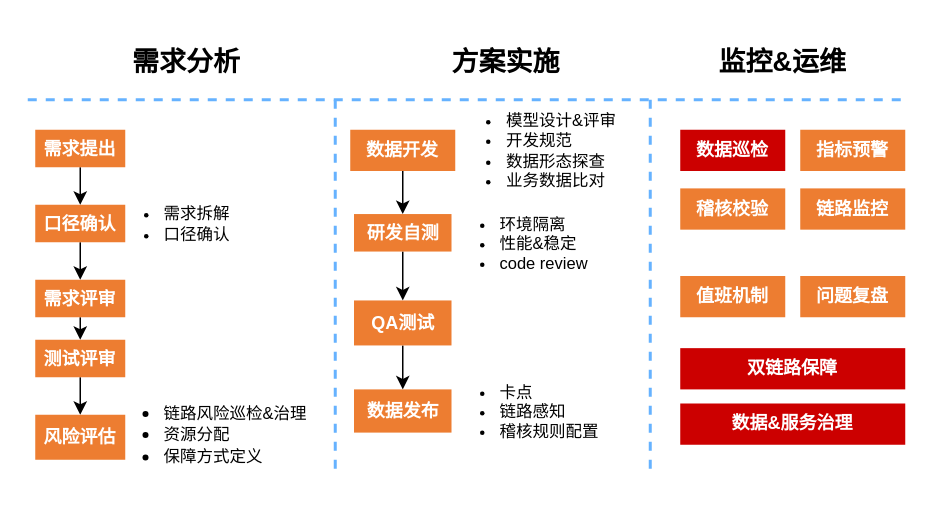
Above: mt质量保障.drawio in mineminemine123/work-wiki (draw.io), before the change. Source tidied: cells renumbered, new cells numbered last; positions are measured from the earlier drawing's top-left corner, leaving out a move shared by most shapes. Both pictures are drawn from the tidied source at 150%, with x=0, y=0 at pixel (27, 39).
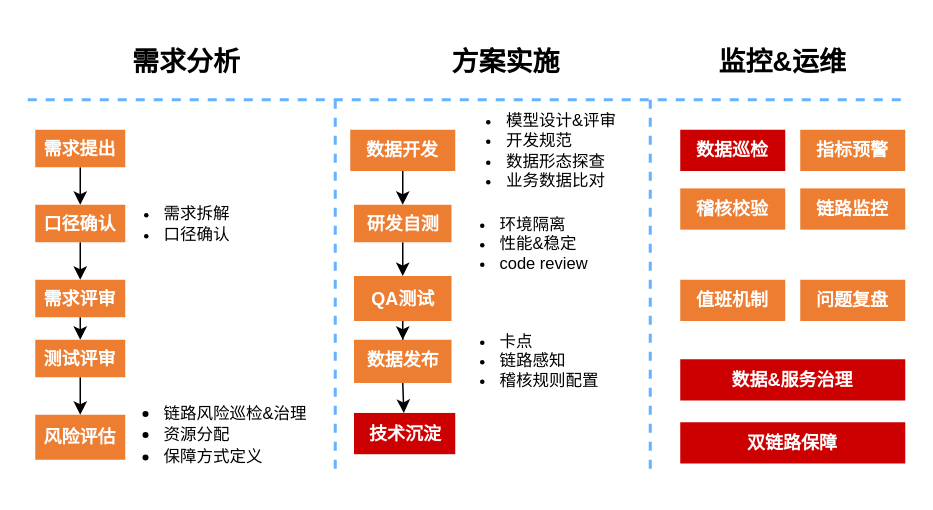
The same diagram, later.

Commit message:
更新mt质量保障.drawio

Diff of the diagram source:
```diff
@@
     <mxCell id="11" value="&lt;font color=&quot;#ffffff&quot;&gt;&lt;b&gt;研发自测&lt;/b&gt;&lt;/font&gt;" style="rounded=0;whiteSpace=wrap;html=1;strokeColor=none;fillColor=#ed7d31;fontFamily=微软雅黑;" parent="1" vertex="1">
-      <mxGeometry x="217.5" y="116.2" width="65" height="25" as="geometry" />
+      <mxGeometry x="217.5" y="110" width="65" height="25" as="geometry" />
     </mxCell>
@@
     <mxCell id="13" value="&lt;font color=&quot;#ffffff&quot;&gt;&lt;b&gt;QA测试&lt;/b&gt;&lt;/font&gt;" style="rounded=0;whiteSpace=wrap;html=1;strokeColor=none;fillColor=#ed7d31;fontFamily=微软雅黑;" parent="1" vertex="1">
-      <mxGeometry x="217.5" y="173.8" width="65" height="30" as="geometry" />
+      <mxGeometry x="217.5" y="157.5" width="65" height="30" as="geometry" />
     </mxCell>
     <mxCell id="14" value="&lt;font color=&quot;#ffffff&quot;&gt;&lt;b&gt;数据发布&lt;/b&gt;&lt;/font&gt;" style="rounded=0;whiteSpace=wrap;html=1;strokeColor=none;fillColor=#ed7d31;fontFamily=微软雅黑;" parent="1" vertex="1">
-      <mxGeometry x="217.5" y="233.1" width="65" height="28.8" as="geometry" />
+      <mxGeometry x="217.5" y="200" width="65" height="28.8" as="geometry" />
     </mxCell>
@@
     <mxCell id="16" value="&lt;div style=&quot;font-size: 11px;&quot;&gt;&lt;ul style=&quot;font-size: 11px;&quot;&gt;&lt;li style=&quot;font-size: 11px;&quot;&gt;&lt;span style=&quot;font-size: 11px;&quot;&gt;卡点&lt;/span&gt;&lt;/li&gt;&lt;li style=&quot;font-size: 11px;&quot;&gt;链路感知&lt;/li&gt;&lt;li style=&quot;font-size: 11px;&quot;&gt;稽核规则配置&lt;/li&gt;&lt;/ul&gt;&lt;/div&gt;" style="text;html=1;strokeColor=none;fillColor=none;align=left;verticalAlign=middle;whiteSpace=wrap;rounded=0;dashed=1;fontSize=11;fontFamily=微软雅黑;" parent="1" vertex="1">
-      <mxGeometry x="272.5" y="228.1" width="114" height="38.8" as="geometry" />
+      <mxGeometry x="272.5" y="195" width="114" height="38.8" as="geometry" />
     </mxCell>
@@
     <mxCell id="26" value="&lt;font color=&quot;#ffffff&quot;&gt;&lt;b&gt;值班机制&lt;/b&gt;&lt;/font&gt;" style="rounded=0;whiteSpace=wrap;html=1;strokeColor=none;fillColor=#ed7d31;fontFamily=微软雅黑;" parent="1" vertex="1">
-      <mxGeometry x="435" y="157.5" width="70" height="27.5" as="geometry" />
+      <mxGeometry x="435" y="160" width="70" height="27.5" as="geometry" />
     </mxCell>
@@
     <mxCell id="30" value="&lt;font color=&quot;#ffffff&quot;&gt;&lt;b&gt;数据&amp;amp;服务治理&lt;/b&gt;&lt;/font&gt;" style="rounded=0;whiteSpace=wrap;html=1;strokeColor=none;fillColor=#CC0000;fontFamily=微软雅黑;" parent="1" vertex="1">
-      <mxGeometry x="435" y="242.5" width="150" height="27.5" as="geometry" />
+      <mxGeometry x="435" y="213" width="150" height="27.5" as="geometry" />
     </mxCell>
     <mxCell id="31" value="&lt;font color=&quot;#ffffff&quot;&gt;&lt;b&gt;问题复盘&lt;/b&gt;&lt;/font&gt;" style="rounded=0;whiteSpace=wrap;html=1;strokeColor=none;fillColor=#ed7d31;fontFamily=微软雅黑;" parent="1" vertex="1">
-      <mxGeometry x="515" y="157.5" width="70" height="27.5" as="geometry" />
+      <mxGeometry x="515" y="160" width="70" height="27.5" as="geometry" />
     </mxCell>
@@
     <mxCell id="36" value="&lt;font color=&quot;#ffffff&quot;&gt;&lt;b&gt;双链路保障&lt;/b&gt;&lt;/font&gt;" style="rounded=0;whiteSpace=wrap;html=1;strokeColor=none;fillColor=#CC0000;fontFamily=微软雅黑;" parent="1" vertex="1">
-      <mxGeometry x="435" y="205.6" width="150" height="27.5" as="geometry" />
+      <mxGeometry x="435" y="255" width="150" height="27.5" as="geometry" />
     </mxCell>
+    <mxCell id="37" value="&lt;font color=&quot;#ffffff&quot;&gt;&lt;b&gt;技术沉淀&lt;/b&gt;&lt;/font&gt;" style="rounded=0;whiteSpace=wrap;html=1;strokeColor=none;fillColor=#CC0000;fontFamily=微软雅黑;" parent="1" vertex="1">
+      <mxGeometry x="217.5" y="248.8" width="67.5" height="27.5" as="geometry" />
+    </mxCell>
+    <mxCell id="38" style="endArrow=classic;html=1;rounded=0;exitX=0.5;exitY=1;exitDx=0;exitDy=0;" parent="1" edge="1" source="14" target="37">
+      <mxGeometry relative="1" as="geometry" />
+    </mxCell>
```
